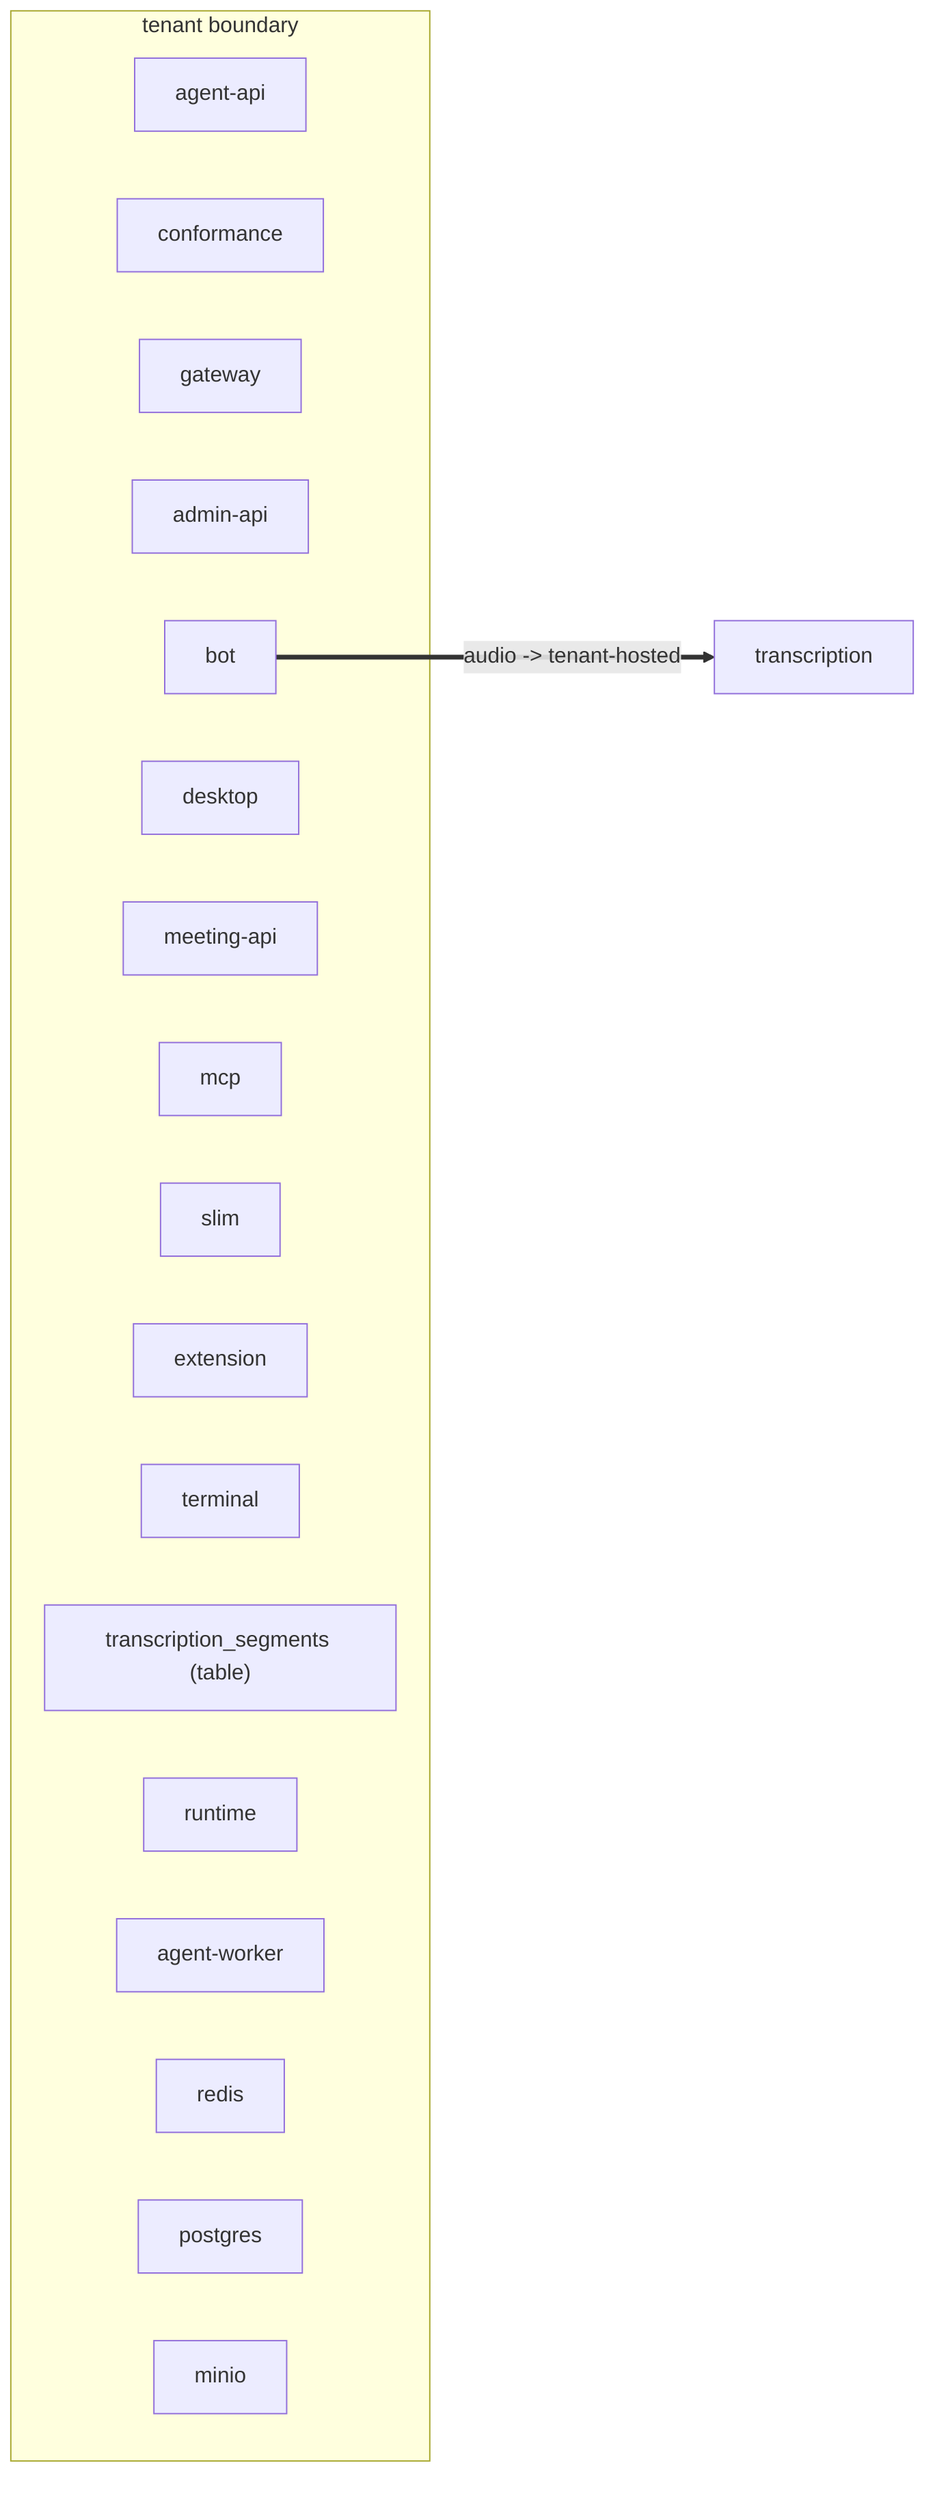
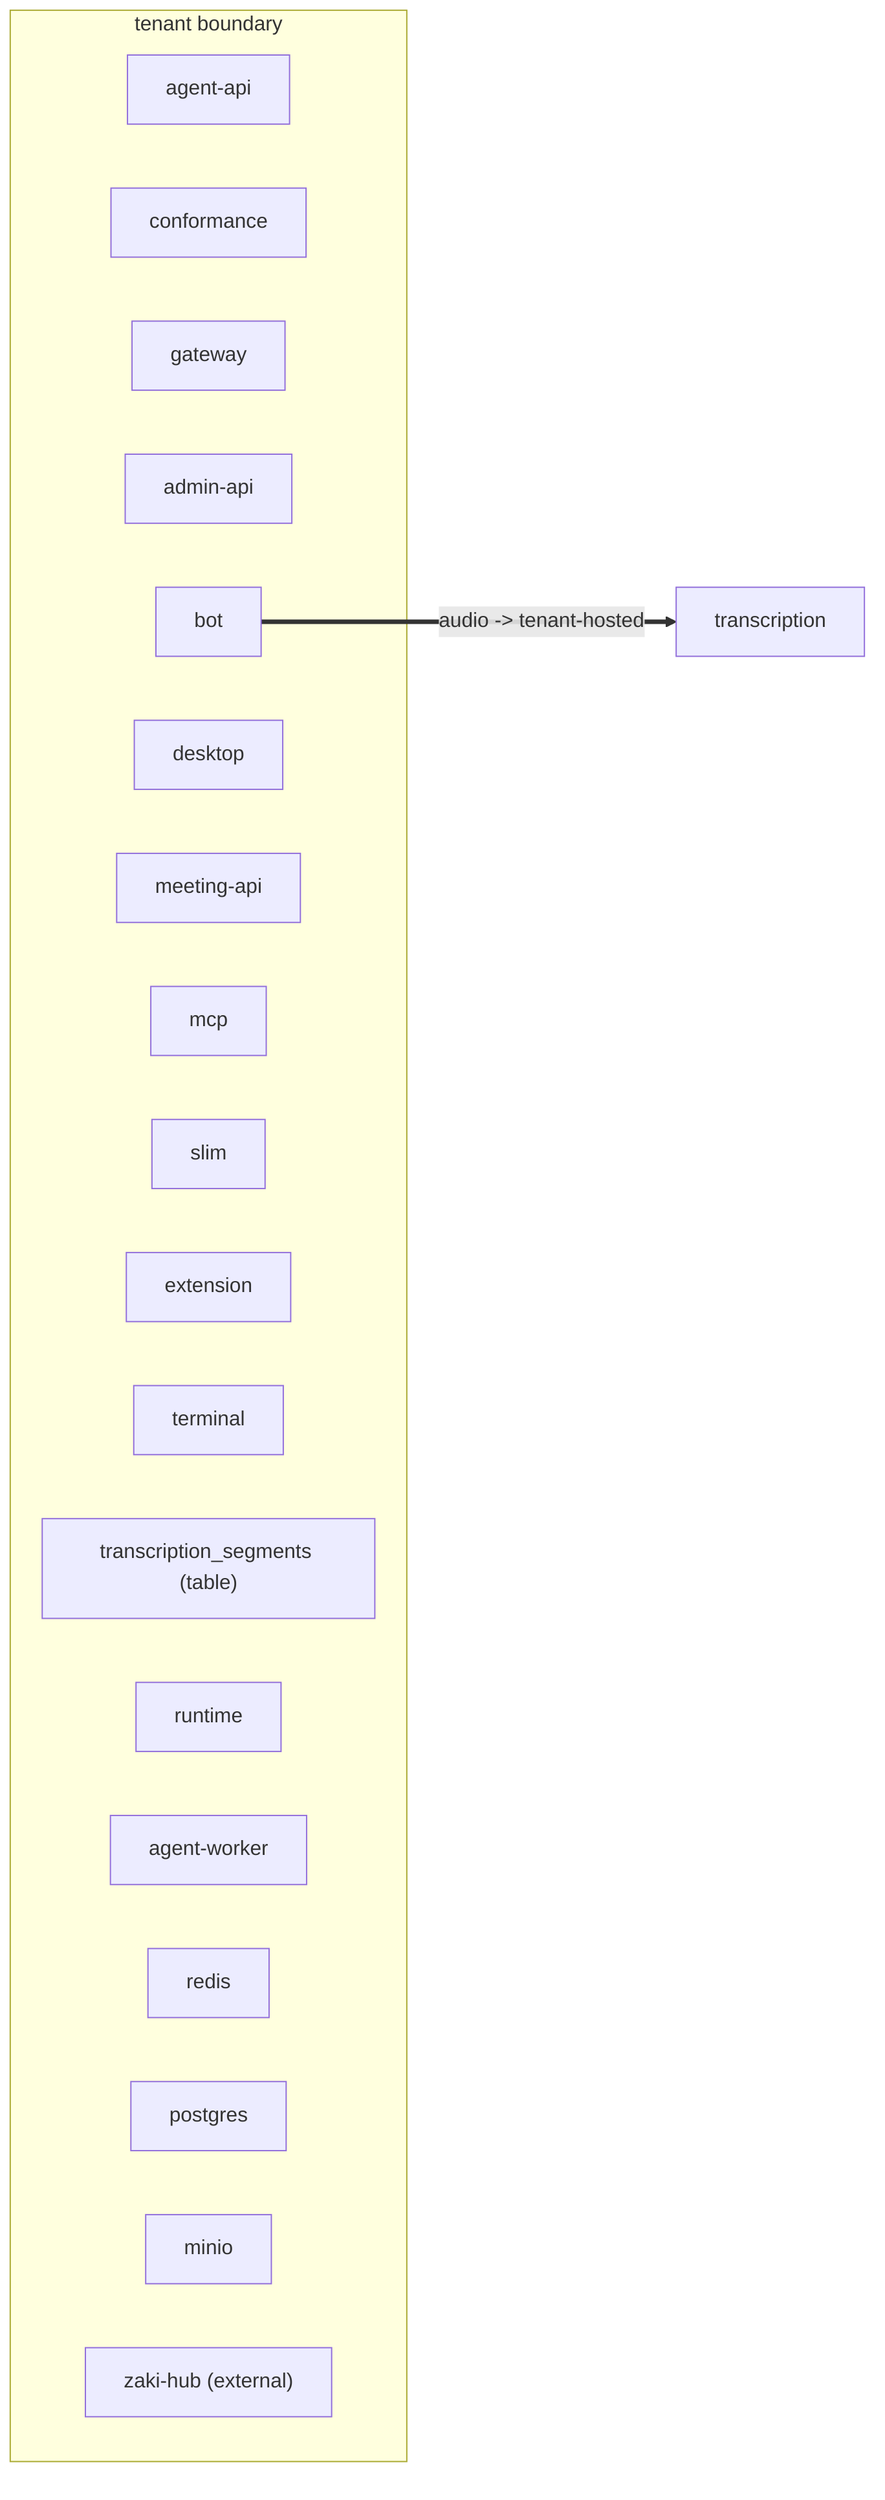
%% GENERATED — pnpm arch:dsl --write
flowchart LR
  subgraph tenant["tenant boundary"]
    agent_api["agent-api"]
    conformance["conformance"]
    gateway["gateway"]
    admin_api["admin-api"]
    bot["bot"]
    desktop["desktop"]
    meeting_api["meeting-api"]
    mcp["mcp"]
    slim["slim"]
    extension["extension"]
    terminal["terminal"]
    segments_table["transcription_segments (table)"]
    runtime["runtime"]
    agent_worker["agent-worker"]
    redis["redis"]
    postgres["postgres"]
    minio["minio"]
+     zaki_hub["zaki-hub (external)"]
  end
  transcription["transcription"]
  bot ==>|"audio -> tenant-hosted"| transcription
